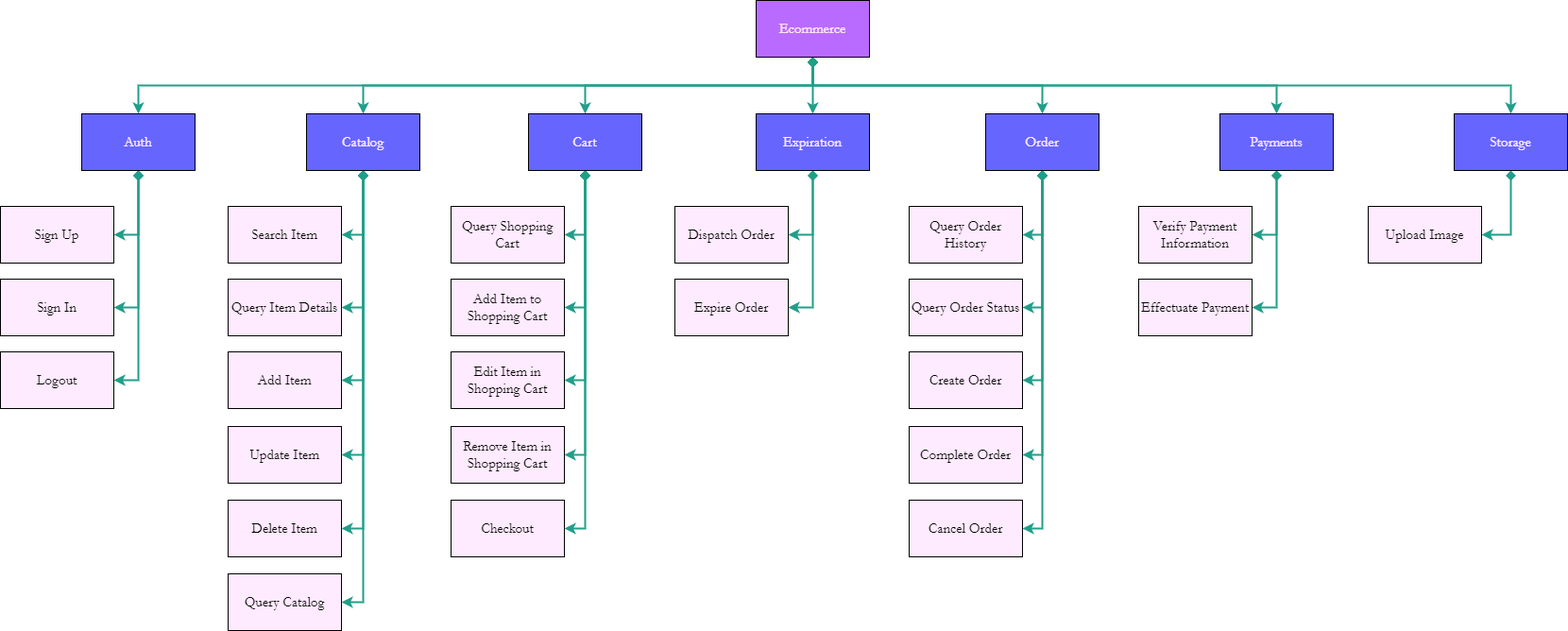
Jonatlop07/EcommerceApp keeps this draw.io diagram as documentation/images/decomposition_view.png. Above is the earlier version. Source tidied: cells renumbered, new cells last; positions are measured from the earlier drawing's top-left corner, leaving out a move shared by most shapes.
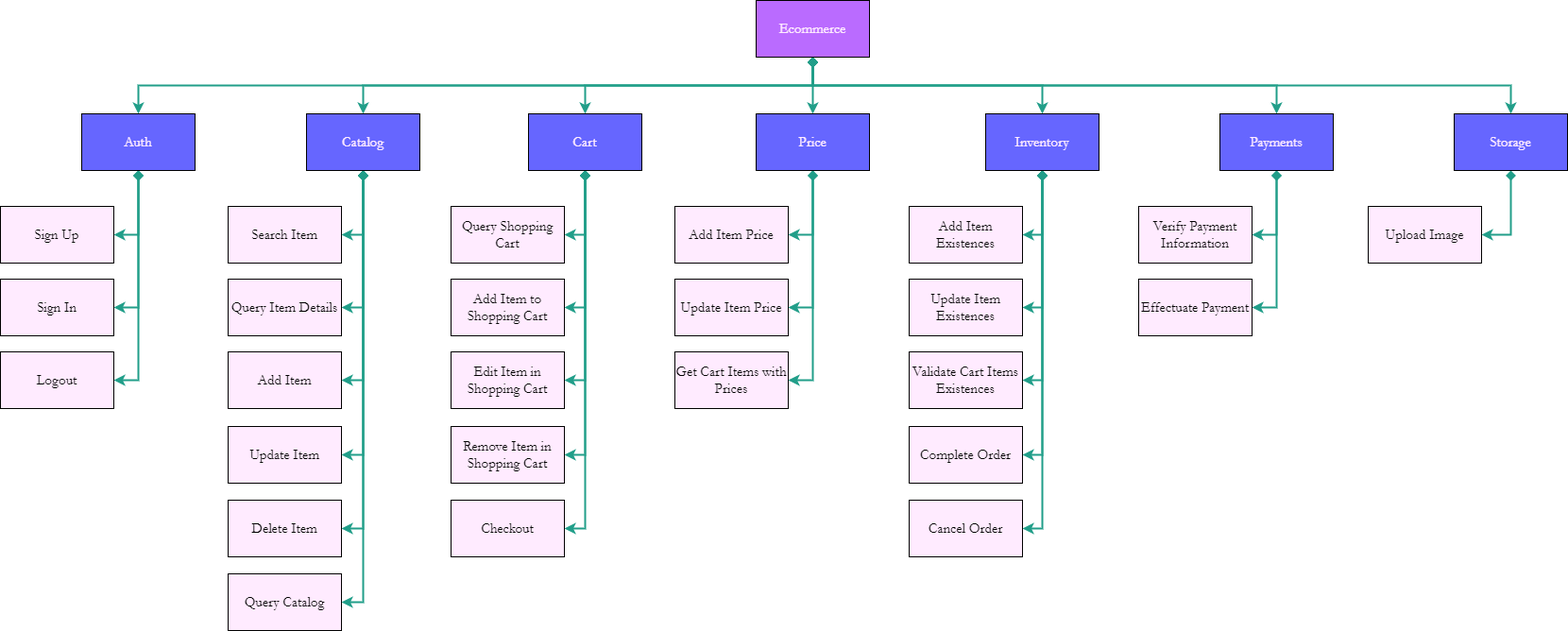
Above is the later version.

The edit, as a diff of the source:
```diff
@@ -80,7 +80,7 @@
     <mxCell id="27" style="edgeStyle=orthogonalEdgeStyle;rounded=0;jettySize=auto;html=1;exitX=0.5;exitY=1;exitDx=0;exitDy=0;entryX=1;entryY=0.5;entryDx=0;entryDy=0;fontFamily=Garamond;fontSize=15;fontColor=#000000;startArrow=diamond;startFill=1;strokeColor=#219E89;strokeWidth=2;" parent="1" edge="1" source="28" target="57">
       <mxGeometry relative="1" as="geometry" />
     </mxCell>
-    <mxCell id="28" value="Order" style="rounded=0;whiteSpace=wrap;html=1;fontFamily=Garamond;fontSize=15;fontColor=#FFEBFF;fillColor=#6666FF;" parent="1" vertex="1">
+    <mxCell id="28" value="Inventory" style="rounded=0;whiteSpace=wrap;html=1;fontFamily=Garamond;fontSize=15;fontColor=#FFEBFF;fillColor=#6666FF;" parent="1" vertex="1">
       <mxGeometry x="1043" y="120" width="120" height="60" as="geometry" />
     </mxCell>
     <mxCell id="29" style="edgeStyle=orthogonalEdgeStyle;rounded=0;jettySize=auto;html=1;exitX=0.5;exitY=1;exitDx=0;exitDy=0;entryX=1;entryY=0.5;entryDx=0;entryDy=0;fontFamily=Garamond;fontSize=15;fontColor=#000000;startArrow=diamond;startFill=1;strokeColor=#219E89;strokeWidth=2;" parent="1" edge="1" source="31" target="49">
@@ -116,10 +116,10 @@
     <mxCell id="39" value="Checkout" style="rounded=0;whiteSpace=wrap;html=1;fontFamily=Garamond;fontSize=15;fontColor=#000000;fillColor=#FFEBFF;labelBackgroundColor=none;" parent="1" vertex="1">
       <mxGeometry x="477" y="529" width="120" height="60" as="geometry" />
     </mxCell>
-    <mxCell id="40" value="Query Order Status" style="rounded=0;whiteSpace=wrap;html=1;fontFamily=Garamond;fontSize=15;fontColor=#000000;fillColor=#FFEBFF;labelBackgroundColor=none;" parent="1" vertex="1">
+    <mxCell id="40" value="Update Item Existences" style="rounded=0;whiteSpace=wrap;html=1;fontFamily=Garamond;fontSize=15;fontColor=#000000;fillColor=#FFEBFF;labelBackgroundColor=none;" parent="1" vertex="1">
       <mxGeometry x="962" y="295" width="120" height="60" as="geometry" />
     </mxCell>
-    <mxCell id="41" value="Query Order History" style="rounded=0;whiteSpace=wrap;html=1;fontFamily=Garamond;fontSize=15;fontColor=#000000;fillColor=#FFEBFF;labelBackgroundColor=none;" parent="1" vertex="1">
+    <mxCell id="41" value="Add Item Existences" style="rounded=0;whiteSpace=wrap;html=1;fontFamily=Garamond;fontSize=15;fontColor=#000000;fillColor=#FFEBFF;labelBackgroundColor=none;" parent="1" vertex="1">
       <mxGeometry x="962" y="218" width="120" height="60" as="geometry" />
     </mxCell>
     <mxCell id="42" value="Query Item Details" style="rounded=0;whiteSpace=wrap;html=1;fontFamily=Garamond;fontSize=15;fontColor=#000000;fillColor=#FFEBFF;labelBackgroundColor=none;" parent="1" vertex="1">
@@ -164,7 +164,7 @@
     <mxCell id="55" value="Upload Image" style="rounded=0;whiteSpace=wrap;html=1;fontColor=#000000;fontFamily=Garamond;fontSize=15;fillColor=#FFEBFF;labelBackgroundColor=none;" parent="1" vertex="1">
       <mxGeometry x="1448" y="218" width="120" height="60" as="geometry" />
     </mxCell>
-    <mxCell id="56" value="Create Order" style="rounded=0;whiteSpace=wrap;html=1;fontColor=#000000;fontFamily=Garamond;fontSize=15;fillColor=#FFEBFF;labelBackgroundColor=none;" parent="1" vertex="1">
+    <mxCell id="56" value="Validate Cart Items Existences" style="rounded=0;whiteSpace=wrap;html=1;fontColor=#000000;fontFamily=Garamond;fontSize=15;fillColor=#FFEBFF;labelBackgroundColor=none;" parent="1" vertex="1">
       <mxGeometry x="962" y="372" width="120" height="60" as="geometry" />
     </mxCell>
     <mxCell id="57" value="Cancel Order" style="rounded=0;whiteSpace=wrap;html=1;fontFamily=Garamond;fontSize=15;fontColor=#000000;fillColor=#FFEBFF;labelBackgroundColor=none;" parent="1" vertex="1">
@@ -179,17 +179,23 @@
     <mxCell id="60" style="edgeStyle=orthogonalEdgeStyle;rounded=0;jettySize=auto;html=1;exitX=0.5;exitY=1;exitDx=0;exitDy=0;entryX=1;entryY=0.5;entryDx=0;entryDy=0;fontFamily=Garamond;fontSize=15;fontColor=#000000;startArrow=diamond;startFill=1;strokeColor=#219E89;strokeWidth=2;" parent="1" edge="1" source="61" target="63">
       <mxGeometry relative="1" as="geometry" />
     </mxCell>
+    <mxCell id="65" style="edgeStyle=orthogonalEdgeStyle;rounded=0;jettySize=auto;html=1;exitX=0.5;exitY=1;exitDx=0;exitDy=0;entryX=1;entryY=0.5;entryDx=0;entryDy=0;startArrow=none;startFill=0;endArrow=classic;endFill=1;strokeWidth=2;strokeColor=#219E89;" parent="1" edge="1" source="61" target="66">
+      <mxGeometry relative="1" as="geometry" />
+    </mxCell>
-    <mxCell id="61" value="Expiration" style="rounded=0;whiteSpace=wrap;html=1;fontColor=#FFEBFF;fontFamily=Garamond;fontSize=15;fillColor=#6666FF;" parent="1" vertex="1">
+    <mxCell id="61" value="Price" style="rounded=0;whiteSpace=wrap;html=1;fontColor=#FFEBFF;fontFamily=Garamond;fontSize=15;fillColor=#6666FF;" parent="1" vertex="1">
       <mxGeometry x="800" y="120" width="120" height="60" as="geometry" />
     </mxCell>
-    <mxCell id="62" value="Dispatch Order" style="rounded=0;whiteSpace=wrap;html=1;fontFamily=Garamond;fontSize=15;fontColor=#000000;fillColor=#FFEBFF;labelBackgroundColor=none;" parent="1" vertex="1">
+    <mxCell id="62" value="Add Item Price" style="rounded=0;whiteSpace=wrap;html=1;fontFamily=Garamond;fontSize=15;fontColor=#000000;fillColor=#FFEBFF;labelBackgroundColor=none;" parent="1" vertex="1">
       <mxGeometry x="714" y="218" width="120" height="60" as="geometry" />
     </mxCell>
-    <mxCell id="63" value="Expire Order" style="rounded=0;whiteSpace=wrap;html=1;fontFamily=Garamond;fontSize=15;fontColor=#000000;fillColor=#FFEBFF;labelBackgroundColor=none;" parent="1" vertex="1">
+    <mxCell id="63" value="Update Item Price" style="rounded=0;whiteSpace=wrap;html=1;fontFamily=Garamond;fontSize=15;fontColor=#000000;fillColor=#FFEBFF;labelBackgroundColor=none;" parent="1" vertex="1">
       <mxGeometry x="714" y="295" width="120" height="60" as="geometry" />
     </mxCell>
     <mxCell id="64" value="Query Catalog" style="rounded=0;whiteSpace=wrap;html=1;fontFamily=Garamond;fontSize=15;fontColor=#000000;fillColor=#FFEBFF;labelBackgroundColor=none;" parent="1" vertex="1">
       <mxGeometry x="241" y="607" width="120" height="60" as="geometry" />
     </mxCell>
+    <mxCell id="66" value="Get Cart Items with Prices" style="rounded=0;whiteSpace=wrap;html=1;fontFamily=Garamond;fontSize=15;fontColor=#000000;fillColor=#FFEBFF;labelBackgroundColor=none;" parent="1" vertex="1">
+      <mxGeometry x="714" y="372" width="120" height="60" as="geometry" />
+    </mxCell>
   </root>
 </mxGraphModel>
```
